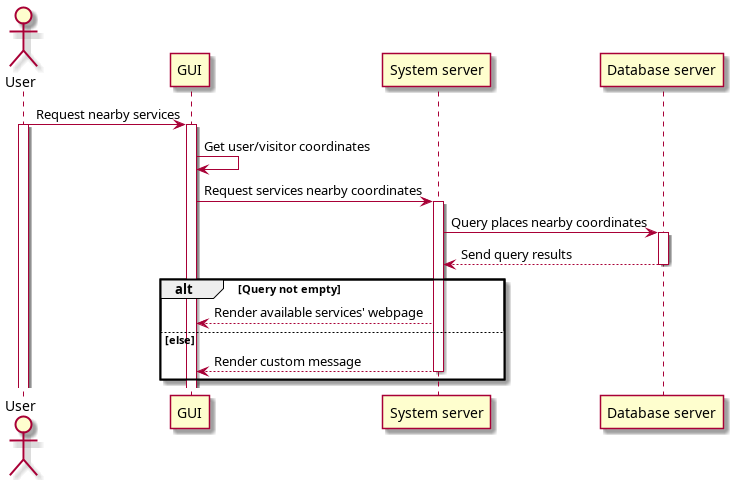
Before: rapport/uml/images/sequence/nearby_seq.png, a diagram exported from PlantUML (techguyseli/touristy).
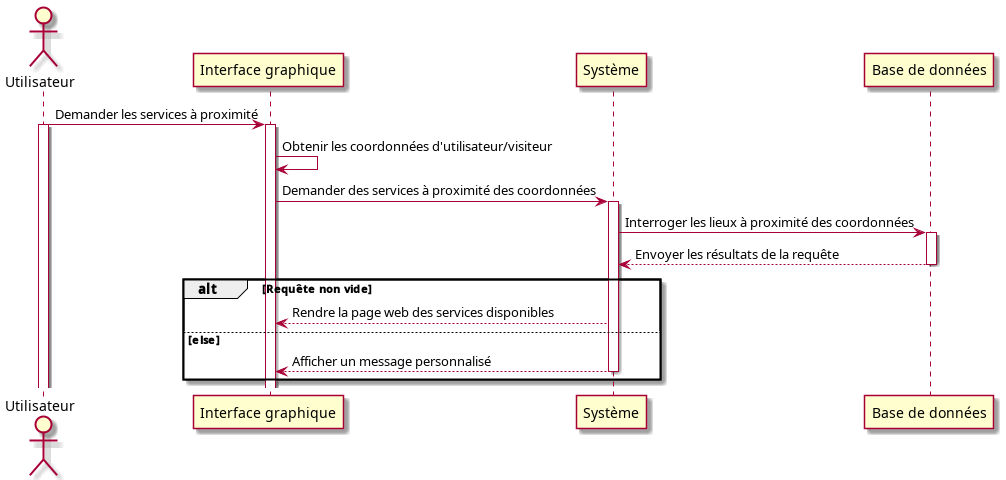
Later version of the same file.

Diff of the diagram source:
```diff
@@ -1,22 +1,22 @@
 @startuml nearby_seq
-actor User as usr
-participant "GUI" as fr
-participant "System server" as sys
-participant "Database server" as db
-usr -> fr : Request nearby services
+actor Utilisateur as usr
+participant "Interface graphique" as fr
+participant "Système" as sys
+participant "Base de données" as db
+usr -> fr : Demander les services à proximité
 activate usr
 activate fr
-fr -> fr : Get user/visitor coordinates
-fr -> sys : Request services nearby coordinates
+fr -> fr : Obtenir les coordonnées d'utilisateur/visiteur
+fr -> sys : Demander des services à proximité des coordonnées
 activate sys
-sys -> db : Query places nearby coordinates
+sys -> db : Interroger les lieux à proximité des coordonnées
 activate db
-db --> sys : Send query results
+db --> sys : Envoyer les résultats de la requête
 deactivate db
-alt Query not empty
-    sys --> fr : Render available services' webpage
+alt Requête non vide
+    sys --> fr : Rendre la page web des services disponibles
 else else
-    sys --> fr : Render custom message
+    sys --> fr : Afficher un message personnalisé
     deactivate sys
 end
 deactivate sys
```
